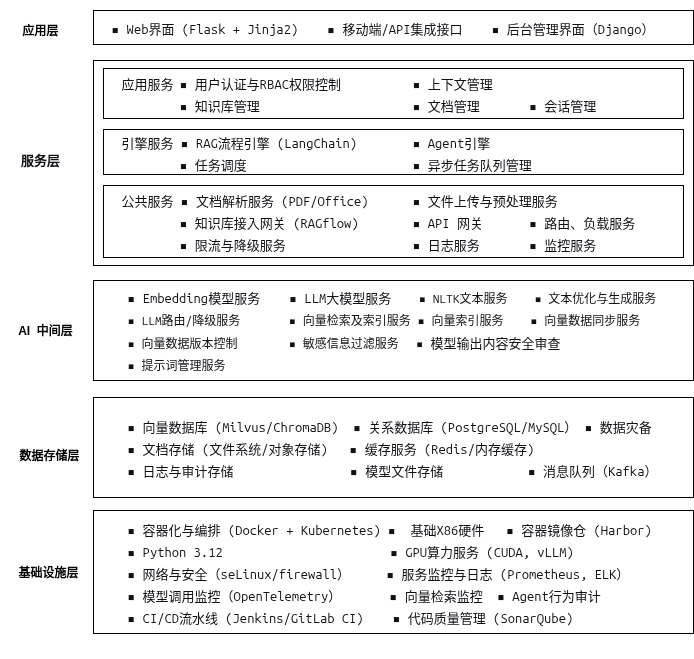
Earlier version of the draw.io export deploy/arch.drawio.png (liuyngchng/llm_agent). Source tidied: cells renumbered, new cells last; positions are measured from the earlier drawing's top-left corner, leaving out a move shared by most shapes.
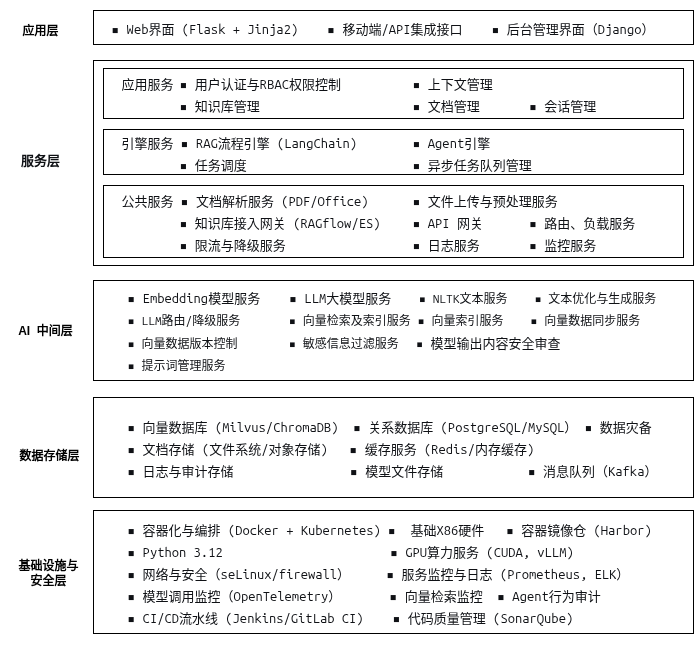
After the commit.

What changed in the source:
```diff
@@ -26,7 +26,7 @@
     <mxCell id="9" value="&lt;pre style=&quot;font-variant-numeric: normal; font-variant-east-asian: normal; font-variant-alternates: normal; font-size-adjust: none; font-kerning: auto; font-optical-sizing: auto; font-feature-settings: normal; font-variation-settings: normal; font-variant-position: normal; font-variant-emoji: normal; font-stretch: normal; font-size: 13px; line-height: 22px; font-family: Menlo, Monaco, Consolas, &amp;quot;Cascadia Mono&amp;quot;, &amp;quot;Ubuntu Mono&amp;quot;, &amp;quot;DejaVu Sans Mono&amp;quot;, &amp;quot;Liberation Mono&amp;quot;, &amp;quot;JetBrains Mono&amp;quot;, &amp;quot;Fira Code&amp;quot;, Cousine, &amp;quot;Roboto Mono&amp;quot;, &amp;quot;Courier New&amp;quot;, Courier, sans-serif, system-ui; overflow: auto; text-wrap-mode: wrap; word-break: break-all; padding: 16px; color: rgb(15, 17, 21); margin: 0px !important;&quot;&gt;&lt;pre style=&quot;font-variant-numeric: normal; font-variant-east-asian: normal; font-variant-alternates: normal; font-size-adjust: none; font-kerning: auto; font-optical-sizing: auto; font-feature-settings: normal; font-variation-settings: normal; font-variant-position: normal; font-variant-emoji: normal; font-stretch: normal; line-height: 22px; font-family: Menlo, Monaco, Consolas, &amp;quot;Cascadia Mono&amp;quot;, &amp;quot;Ubuntu Mono&amp;quot;, &amp;quot;DejaVu Sans Mono&amp;quot;, &amp;quot;Liberation Mono&amp;quot;, &amp;quot;JetBrains Mono&amp;quot;, &amp;quot;Fira Code&amp;quot;, Cousine, &amp;quot;Roboto Mono&amp;quot;, &amp;quot;Courier New&amp;quot;, Courier, sans-serif, system-ui; overflow: auto; text-wrap-mode: wrap; word-break: break-all; padding: 16px; margin: 0px !important;&quot;&gt;▪ 向量数据库 (Milvus/ChromaDB)  ▪ 关系数据库 (PostgreSQL/MySQL） ▪ 数据灾备&lt;br&gt;▪ 文档存储 (文件系统/对象存储)   ▪ 缓存服务 (Redis/内存缓存) &lt;br&gt;▪ 日志与审计存储                ▪ 模型文件存储&lt;span style=&quot;white-space: pre;&quot;&gt;&#9;&lt;/span&gt;       ▪ 消息队列（Kafka）&lt;/pre&gt;&lt;/pre&gt;" style="rounded=0;whiteSpace=wrap;html=1;align=left;" parent="1" vertex="1">
       <mxGeometry x="93" y="387" width="600" height="100" as="geometry" />
     </mxCell>
-    <mxCell id="10" value="基础设施层" style="rounded=0;whiteSpace=wrap;html=1;fontStyle=1;strokeColor=none;fillColor=none;" parent="1" vertex="1">
+    <mxCell id="10" value="基础设施与&lt;br&gt;安全层" style="rounded=0;whiteSpace=wrap;html=1;fontStyle=1;strokeColor=none;fillColor=none;" parent="1" vertex="1">
       <mxGeometry x="8" y="543" width="80" height="37" as="geometry" />
     </mxCell>
     <mxCell id="11" value="&lt;pre style=&quot;font-variant-numeric: normal; font-variant-east-asian: normal; font-variant-alternates: normal; font-size-adjust: none; font-kerning: auto; font-optical-sizing: auto; font-feature-settings: normal; font-variation-settings: normal; font-variant-position: normal; font-variant-emoji: normal; font-stretch: normal; font-size: 13px; line-height: 22px; font-family: Menlo, Monaco, Consolas, &amp;quot;Cascadia Mono&amp;quot;, &amp;quot;Ubuntu Mono&amp;quot;, &amp;quot;DejaVu Sans Mono&amp;quot;, &amp;quot;Liberation Mono&amp;quot;, &amp;quot;JetBrains Mono&amp;quot;, &amp;quot;Fira Code&amp;quot;, Cousine, &amp;quot;Roboto Mono&amp;quot;, &amp;quot;Courier New&amp;quot;, Courier, sans-serif, system-ui; overflow: auto; word-break: break-all; padding: 16px; color: rgb(15, 17, 21); margin: 0px !important;&quot;&gt;&lt;pre style=&quot;font-variant-numeric: normal; font-variant-east-asian: normal; font-variant-alternates: normal; font-size-adjust: none; font-kerning: auto; font-optical-sizing: auto; font-feature-settings: normal; font-variation-settings: normal; font-variant-position: normal; font-variant-emoji: normal; font-stretch: normal; line-height: 22px; font-family: Menlo, Monaco, Consolas, &amp;quot;Cascadia Mono&amp;quot;, &amp;quot;Ubuntu Mono&amp;quot;, &amp;quot;DejaVu Sans Mono&amp;quot;, &amp;quot;Liberation Mono&amp;quot;, &amp;quot;JetBrains Mono&amp;quot;, &amp;quot;Fira Code&amp;quot;, Cousine, &amp;quot;Roboto Mono&amp;quot;, &amp;quot;Courier New&amp;quot;, Courier, sans-serif, system-ui; overflow: auto; word-break: break-all; padding: 16px; margin: 0px !important;&quot;&gt;&lt;span style=&quot;text-wrap-mode: wrap;&quot;&gt;▪ 容器化与编排 (Docker + Kubernetes) ▪  基础X86硬件   &lt;/span&gt;▪ 容器镜像仓 (Harbor)&lt;span style=&quot;text-wrap-mode: wrap;&quot;&gt;&lt;br&gt;&lt;/span&gt;&lt;span style=&quot;text-wrap-mode: wrap;&quot;&gt;▪ Python 3.12                       ▪ GPU算力服务 (CUDA, vLLM)                                        &lt;br&gt;▪ 网络与安全（seLinux/firewall）&lt;/span&gt;     &lt;span style=&quot;white-space: normal; background-color: transparent;&quot;&gt;▪ 服务监控与日志 (Prometheus, ELK）&lt;/span&gt;▪ 模型调用监控（OpenTelemetry）  &lt;span style=&quot;white-space: pre;&quot;&gt;&#9;&lt;/span&gt;    ▪ 向量检索监控  ▪ Agent行为审计&lt;br&gt;▪ CI/CD流水线 (Jenkins/GitLab CI)    ▪ 代码质量管理 (SonarQube)&lt;/pre&gt;&lt;/pre&gt;" style="rounded=0;whiteSpace=wrap;html=1;align=left;" parent="1" vertex="1">
@@ -38,7 +38,7 @@
     <mxCell id="13" value="&lt;pre style=&quot;font-variant-numeric: normal; font-variant-east-asian: normal; font-variant-alternates: normal; font-size-adjust: none; font-kerning: auto; font-optical-sizing: auto; font-feature-settings: normal; font-variation-settings: normal; font-variant-position: normal; font-variant-emoji: normal; font-stretch: normal; font-size: 13px; line-height: 22px; font-family: Menlo, Monaco, Consolas, &amp;quot;Cascadia Mono&amp;quot;, &amp;quot;Ubuntu Mono&amp;quot;, &amp;quot;DejaVu Sans Mono&amp;quot;, &amp;quot;Liberation Mono&amp;quot;, &amp;quot;JetBrains Mono&amp;quot;, &amp;quot;Fira Code&amp;quot;, Cousine, &amp;quot;Roboto Mono&amp;quot;, &amp;quot;Courier New&amp;quot;, Courier, sans-serif, system-ui; overflow: auto; text-wrap-mode: wrap; word-break: break-all; padding: 16px; color: rgb(15, 17, 21); margin: 0px !important;&quot;&gt;引擎服务 ▪ RAG流程引擎 (LangChain)&lt;span style=&quot;white-space: pre;&quot;&gt;&#9;&lt;/span&gt;▪&lt;span style=&quot;background-color: transparent; white-space-collapse: collapse;&quot;&gt;&amp;nbsp;&lt;/span&gt;Agent引擎&lt;br&gt;&lt;span style=&quot;white-space: pre;&quot;&gt;&#9;&lt;/span&gt;▪ 任务调度&lt;span style=&quot;white-space: pre;&quot;&gt;&#9;&lt;span style=&quot;white-space: pre;&quot;&gt;&#9;&lt;span style=&quot;white-space: pre;&quot;&gt;&#9;&lt;/span&gt;&lt;/span&gt;&lt;/span&gt;▪ 异步任务队列管理&lt;br&gt;&lt;/pre&gt;" style="rounded=0;whiteSpace=wrap;html=1;align=left;fillColor=default;" parent="1" vertex="1">
       <mxGeometry x="103" y="119" width="580" height="45" as="geometry" />
     </mxCell>
-    <mxCell id="14" value="&lt;pre style=&quot;font-variant-numeric: normal; font-variant-east-asian: normal; font-variant-alternates: normal; font-size-adjust: none; font-kerning: auto; font-optical-sizing: auto; font-feature-settings: normal; font-variation-settings: normal; font-variant-position: normal; font-variant-emoji: normal; font-stretch: normal; font-size: 13px; line-height: 22px; font-family: Menlo, Monaco, Consolas, &amp;quot;Cascadia Mono&amp;quot;, &amp;quot;Ubuntu Mono&amp;quot;, &amp;quot;DejaVu Sans Mono&amp;quot;, &amp;quot;Liberation Mono&amp;quot;, &amp;quot;JetBrains Mono&amp;quot;, &amp;quot;Fira Code&amp;quot;, Cousine, &amp;quot;Roboto Mono&amp;quot;, &amp;quot;Courier New&amp;quot;, Courier, sans-serif, system-ui; overflow: auto; text-wrap-mode: wrap; word-break: break-all; padding: 16px; color: rgb(15, 17, 21); margin: 0px !important;&quot;&gt;公共服务 ▪ 文档解析服务 (PDF/Office) &lt;span style=&quot;white-space: pre;&quot;&gt;&#9;&lt;/span&gt;▪ 文件上传与预处理服务 &lt;br/&gt;&lt;span style=&quot;white-space: pre;&quot;&gt;&#9;&lt;/span&gt;▪ 知识库接入网关 (RAGflow) &lt;span style=&quot;white-space: pre;&quot;&gt;&#9;&lt;/span&gt;▪ API 网关&lt;span style=&quot;white-space: pre;&quot;&gt;&#9;&lt;/span&gt;▪ 路由、负载服务&lt;br/&gt;&lt;span style=&quot;white-space: pre;&quot;&gt;&#9;&lt;/span&gt;▪ 限流与降级服务           &lt;span style=&quot;white-space: pre;&quot;&gt;&#9;&lt;/span&gt;&lt;span style=&quot;white-space-collapse: collapse; background-color: transparent;&quot;&gt;▪ 日志服务&lt;/span&gt;&#9;&lt;span style=&quot;white-space-collapse: collapse; background-color: transparent;&quot;&gt;▪ 监控服务&lt;/span&gt;&lt;/pre&gt;" style="rounded=0;whiteSpace=wrap;html=1;align=left;fillColor=default;" parent="1" vertex="1">
+    <mxCell id="14" value="&lt;pre style=&quot;font-variant-numeric: normal; font-variant-east-asian: normal; font-variant-alternates: normal; font-size-adjust: none; font-kerning: auto; font-optical-sizing: auto; font-feature-settings: normal; font-variation-settings: normal; font-variant-position: normal; font-variant-emoji: normal; font-stretch: normal; font-size: 13px; line-height: 22px; font-family: Menlo, Monaco, Consolas, &amp;quot;Cascadia Mono&amp;quot;, &amp;quot;Ubuntu Mono&amp;quot;, &amp;quot;DejaVu Sans Mono&amp;quot;, &amp;quot;Liberation Mono&amp;quot;, &amp;quot;JetBrains Mono&amp;quot;, &amp;quot;Fira Code&amp;quot;, Cousine, &amp;quot;Roboto Mono&amp;quot;, &amp;quot;Courier New&amp;quot;, Courier, sans-serif, system-ui; overflow: auto; text-wrap-mode: wrap; word-break: break-all; padding: 16px; color: rgb(15, 17, 21); margin: 0px !important;&quot;&gt;公共服务 ▪ 文档解析服务 (PDF/Office) &lt;span style=&quot;white-space: pre;&quot;&gt;&#9;&lt;/span&gt;▪ 文件上传与预处理服务 &lt;br&gt;&lt;span style=&quot;white-space: pre;&quot;&gt;&#9;&lt;/span&gt;▪ 知识库接入网关 (RAGflow/ES) &lt;span style=&quot;white-space: pre;&quot;&gt;&#9;&lt;/span&gt;▪ API 网关&lt;span style=&quot;white-space: pre;&quot;&gt;&#9;&lt;/span&gt;▪ 路由、负载服务&lt;br&gt;&lt;span style=&quot;white-space: pre;&quot;&gt;&#9;&lt;/span&gt;▪ 限流与降级服务           &lt;span style=&quot;white-space: pre;&quot;&gt;&#9;&lt;/span&gt;&lt;span style=&quot;white-space-collapse: collapse; background-color: transparent;&quot;&gt;▪ 日志服务&lt;/span&gt;&#9;&lt;span style=&quot;white-space-collapse: collapse; background-color: transparent;&quot;&gt;▪ 监控服务&lt;/span&gt;&lt;/pre&gt;" style="rounded=0;whiteSpace=wrap;html=1;align=left;fillColor=default;" parent="1" vertex="1">
       <mxGeometry x="103" y="175" width="580" height="72" as="geometry" />
     </mxCell>
   </root>
```
